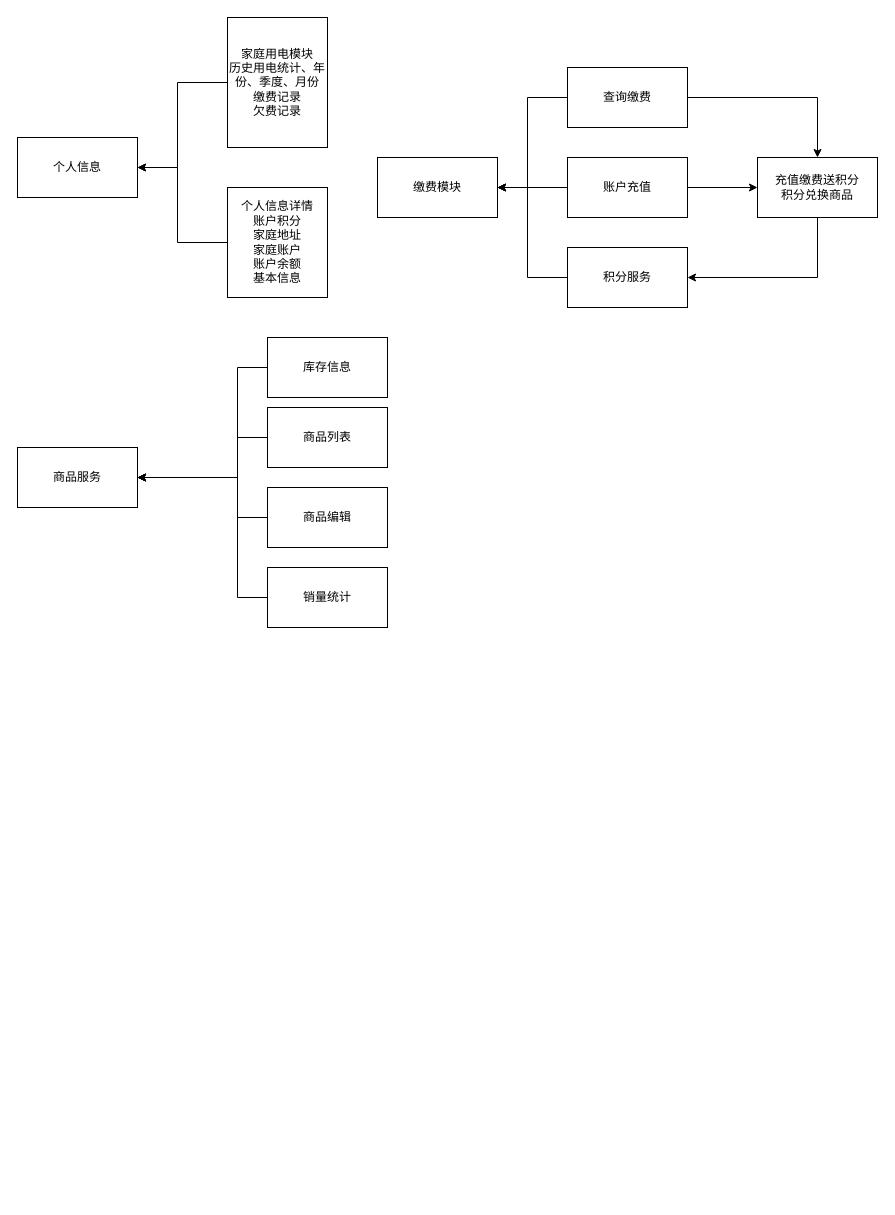
Earlier version of the draw.io diagram Untitled Diagram.drawio (suBoMan/STP). Source tidied: cells renumbered, new cells numbered last; positions are measured from the earlier drawing's top-left corner, leaving out a move shared by most shapes. Both pictures are drawn from the tidied source at 100%, with x=0, y=0 at pixel (17, 17).
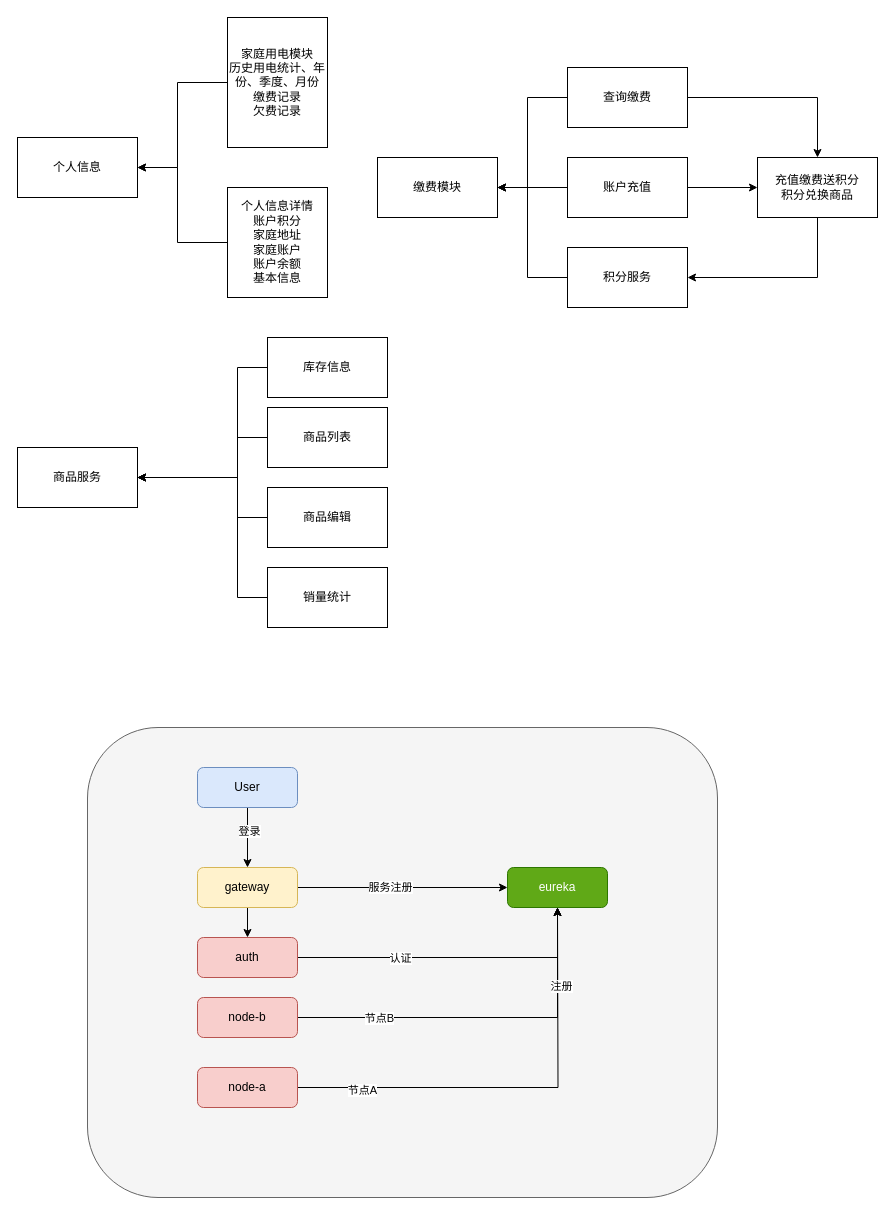
The same page after the edit.

Diff of the diagram source:
```diff
@@
+    <mxCell id="27" style="rounded=1;whiteSpace=wrap;html=1;fillColor=#f5f5f5;strokeColor=#666666;fontColor=#333333;" parent="1" vertex="1">
+      <mxGeometry x="70" y="710" width="630" height="470" as="geometry" />
+    </mxCell>
+    <mxCell id="28" style="edgeStyle=orthogonalEdgeStyle;rounded=0;jettySize=auto;html=1;" parent="1" edge="1" source="30" target="35">
+      <mxGeometry relative="1" as="geometry" />
+    </mxCell>
+    <mxCell id="29" value="登录" style="edgeLabel;html=1;align=center;verticalAlign=middle;" parent="28" vertex="1">
+      <mxGeometry x="-0.23" y="1" relative="1" as="geometry" />
+    </mxCell>
+    <mxCell id="30" value="User" style="rounded=1;whiteSpace=wrap;html=1;fillColor=#dae8fc;strokeColor=#6c8ebf;" parent="1" vertex="1">
+      <mxGeometry x="180" y="750" width="100" height="40" as="geometry" />
+    </mxCell>
+    <mxCell id="31" value="eureka" style="rounded=1;whiteSpace=wrap;html=1;fillColor=#60a917;strokeColor=#2D7600;fontColor=#ffffff;" parent="1" vertex="1">
+      <mxGeometry x="490" y="850" width="100" height="40" as="geometry" />
+    </mxCell>
+    <mxCell id="32" style="edgeStyle=orthogonalEdgeStyle;rounded=0;jettySize=auto;html=1;entryX=0;entryY=0.5;entryDx=0;entryDy=0;" parent="1" edge="1" source="35" target="31">
+      <mxGeometry relative="1" as="geometry" />
+    </mxCell>
+    <mxCell id="33" value="服务注册" style="edgeLabel;html=1;align=center;verticalAlign=middle;" parent="32" vertex="1">
+      <mxGeometry x="-0.12" y="1" relative="1" as="geometry" />
+    </mxCell>
+    <mxCell id="34" style="edgeStyle=orthogonalEdgeStyle;rounded=0;jettySize=auto;html=1;exitX=0.5;exitY=1;exitDx=0;exitDy=0;entryX=0.5;entryY=0;entryDx=0;entryDy=0;" parent="1" edge="1" source="35" target="38">
+      <mxGeometry relative="1" as="geometry" />
+    </mxCell>
+    <mxCell id="35" value="gateway" style="rounded=1;whiteSpace=wrap;html=1;fillColor=#fff2cc;strokeColor=#d6b656;" parent="1" vertex="1">
+      <mxGeometry x="180" y="850" width="100" height="40" as="geometry" />
+    </mxCell>
+    <mxCell id="36" style="edgeStyle=orthogonalEdgeStyle;rounded=0;jettySize=auto;html=1;entryX=0.5;entryY=1;entryDx=0;entryDy=0;" parent="1" edge="1" source="38" target="31">
+      <mxGeometry relative="1" as="geometry" />
+    </mxCell>
+    <mxCell id="37" value="认证" style="edgeLabel;html=1;align=center;verticalAlign=middle;" parent="36" vertex="1">
+      <mxGeometry x="-0.34" relative="1" as="geometry" />
+    </mxCell>
+    <mxCell id="38" value="auth" style="rounded=1;whiteSpace=wrap;html=1;fillColor=#f8cecc;strokeColor=#b85450;" parent="1" vertex="1">
+      <mxGeometry x="180" y="920" width="100" height="40" as="geometry" />
+    </mxCell>
+    <mxCell id="39" style="edgeStyle=orthogonalEdgeStyle;rounded=0;jettySize=auto;html=1;" parent="1" edge="1" source="41">
+      <mxGeometry relative="1" as="geometry">
+        <mxPoint x="540" y="890" as="targetPoint" />
+      </mxGeometry>
+    </mxCell>
+    <mxCell id="40" value="节点A" style="edgeLabel;html=1;align=center;verticalAlign=middle;" parent="39" vertex="1">
+      <mxGeometry x="-0.71" y="-2" relative="1" as="geometry" />
+    </mxCell>
+    <mxCell id="41" value="node-a" style="rounded=1;whiteSpace=wrap;html=1;fillColor=#f8cecc;strokeColor=#b85450;" parent="1" vertex="1">
+      <mxGeometry x="180" y="1050" width="100" height="40" as="geometry" />
+    </mxCell>
+    <mxCell id="42" style="edgeStyle=orthogonalEdgeStyle;rounded=0;jettySize=auto;html=1;entryX=0.5;entryY=1;entryDx=0;entryDy=0;" parent="1" edge="1" source="45" target="31">
+      <mxGeometry relative="1" as="geometry" />
+    </mxCell>
+    <mxCell id="43" value="节点B" style="edgeLabel;html=1;align=center;verticalAlign=middle;" parent="42" vertex="1">
+      <mxGeometry x="-0.56" relative="1" as="geometry" />
+    </mxCell>
+    <mxCell id="44" value="注册" style="edgeLabel;html=1;align=center;verticalAlign=middle;" parent="42" vertex="1">
+      <mxGeometry x="0.58" y="-3" relative="1" as="geometry" />
+    </mxCell>
+    <mxCell id="45" value="node-b" style="rounded=1;whiteSpace=wrap;html=1;fillColor=#f8cecc;strokeColor=#b85450;" parent="1" vertex="1">
+      <mxGeometry x="180" y="980" width="100" height="40" as="geometry" />
+    </mxCell>
```
